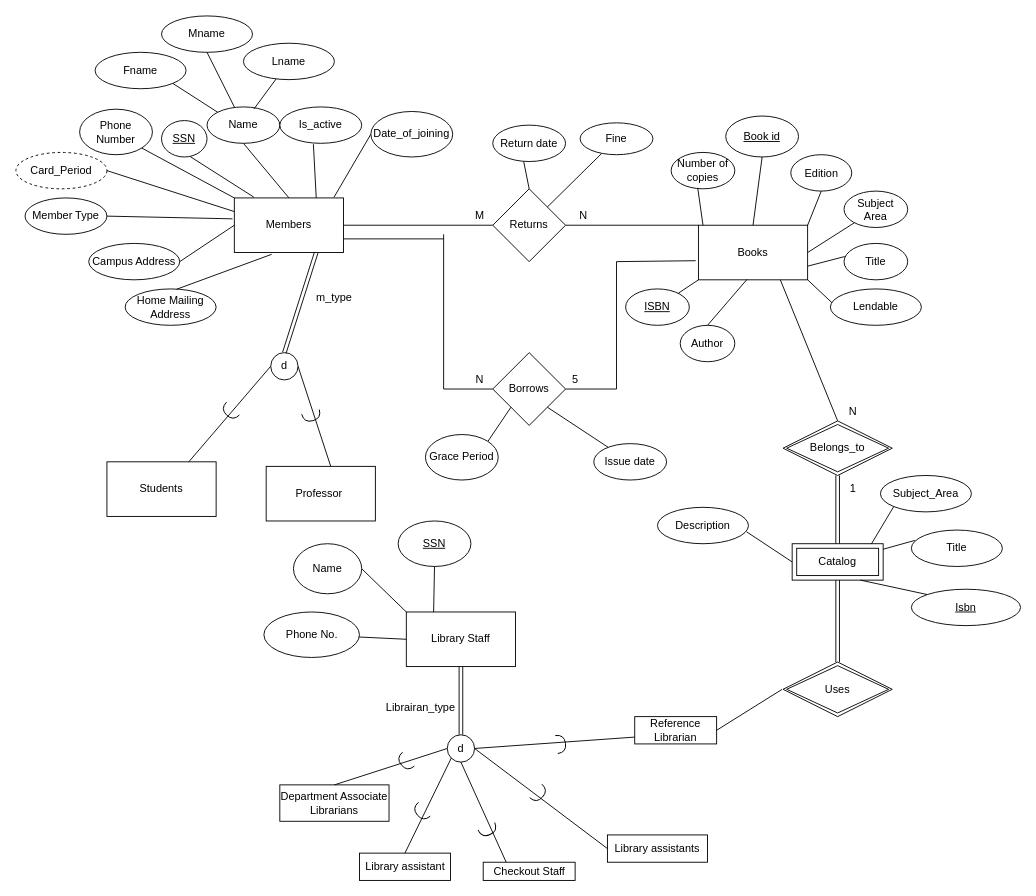
Earlier version of the draw.io diagram er.drawio (aditpatil10/Library-Management-System). Source tidied: cells renumbered, new cells numbered last; positions are measured from the earlier drawing's top-left corner, leaving out a move shared by most shapes. Both pictures are drawn from the tidied source at 91%, with x=0, y=0 at pixel (15, 15).
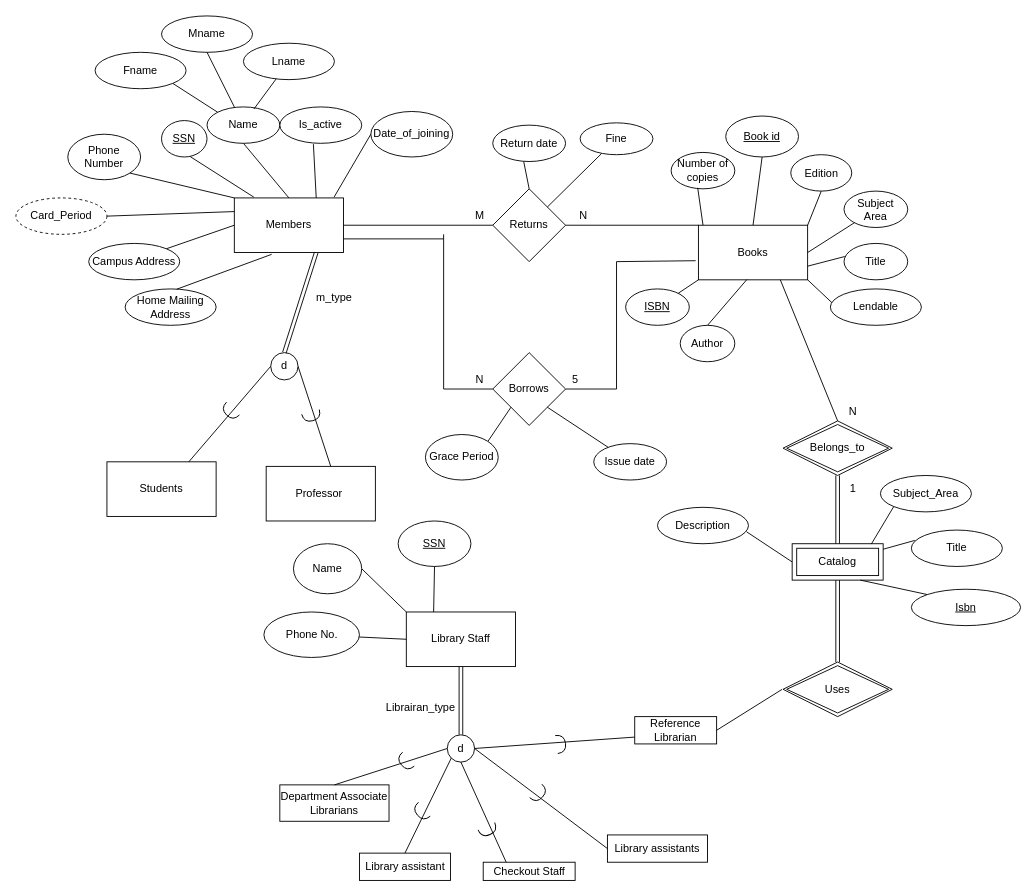
The same page after the edit.

Unchanged cells that the change refers to:
```xml
<mxCell id="2" style="rounded=0;whiteSpace=wrap;html=1;" parent="1" vertex="1">
  <mxGeometry x="240" y="200" width="120" height="60" as="geometry" />
</mxCell>
<mxCell id="10" value="Campus Address" style="ellipse;whiteSpace=wrap;html=1;align=center;" parent="1" vertex="1">
  <mxGeometry x="80" y="250" width="100" height="40" as="geometry" />
</mxCell>
```

Diff of the diagram source:
```diff
@@
     <mxCell id="9" value="Phone Number" style="ellipse;whiteSpace=wrap;html=1;" parent="1" vertex="1">
-      <mxGeometry x="70" y="102.5" width="80" height="50" as="geometry" />
+      <mxGeometry x="57" y="130" width="80" height="50" as="geometry" />
     </mxCell>
@@
-    <mxCell id="25" style="endArrow=none;html=1;exitX=1;exitY=0.5;exitDx=0;exitDy=0;entryX=0;entryY=0.5;entryDx=0;entryDy=0;" parent="1" edge="1" source="10" target="2">
+    <mxCell id="25" style="endArrow=none;html=1;exitX=1;exitY=0;exitDx=0;exitDy=0;entryX=0;entryY=0.5;entryDx=0;entryDy=0;" parent="1" edge="1" source="10" target="2">
       <mxGeometry relative="1" as="geometry" />
     </mxCell>
@@
     <mxCell id="62" value="Card_Period" style="ellipse;whiteSpace=wrap;html=1;align=center;dashed=1;" parent="1" vertex="1">
-      <mxGeometry y="150" width="100" height="40" as="geometry" />
+      <mxGeometry y="200" width="100" height="40" as="geometry" />
     </mxCell>
@@
-    <mxCell id="103" value="Member Type" style="ellipse;whiteSpace=wrap;html=1;" parent="1" vertex="1">
-      <mxGeometry x="10" y="200" width="90" height="40" as="geometry" />
-    </mxCell>
-    <mxCell id="104" style="endArrow=none;html=1;entryX=-0.017;entryY=0.383;entryDx=0;entryDy=0;entryPerimeter=0;exitX=1;exitY=0.5;exitDx=0;exitDy=0;" parent="1" edge="1" source="103" target="2">
-      <mxGeometry relative="1" as="geometry" />
-    </mxCell>
```
